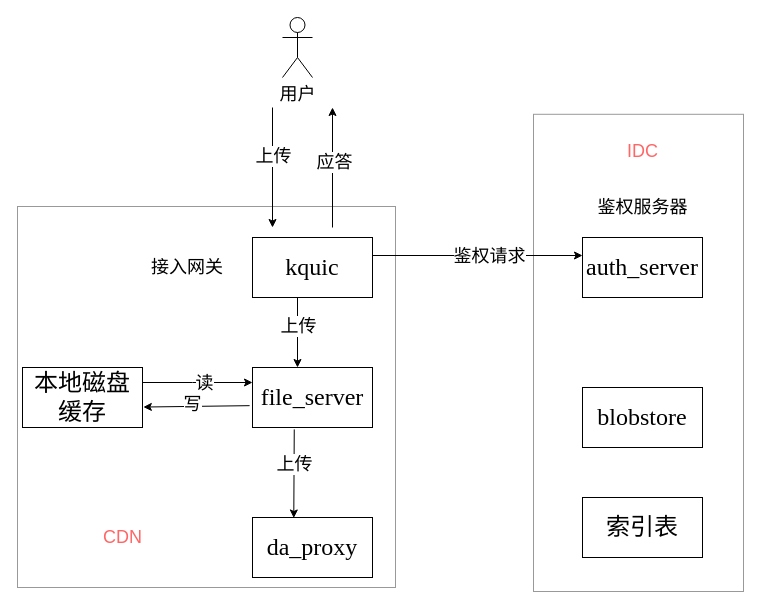
The draw.io diagram Untitled Diagram.drawio in misiyu/drawio, before the edit. Source tidied: cells renumbered, new cells numbered last; positions are measured from the earlier drawing's top-left corner, leaving out a move shared by most shapes. Both pictures are drawn from the tidied source at 100%, with x=0, y=0 at pixel (17, 17).
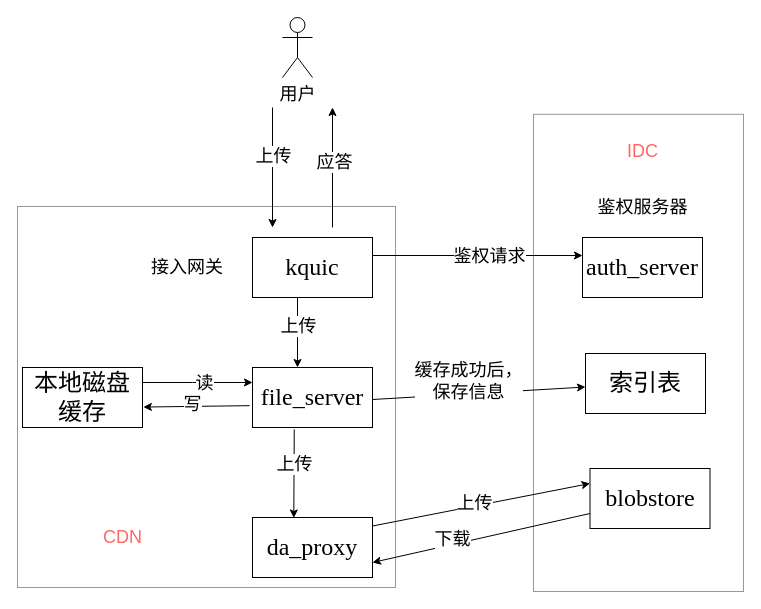
After the change.

Unchanged cells that the change refers to:
```xml
<mxCell id="17" value="&lt;font face=&quot;Times New Roman&quot; style=&quot;font-size: 24px&quot;&gt;da_proxy&lt;/font&gt;" style="rounded=0;whiteSpace=wrap;html=1;" parent="1" vertex="1">
  <mxGeometry x="235" y="500" width="120" height="60" as="geometry" />
</mxCell>
```

The edit, as a diff of the source:
```diff
@@
+    <mxCell id="28" style="rounded=0;whiteSpace=wrap;html=1;fillColor=none;opacity=40;" parent="1" vertex="1">
+      <mxGeometry y="189" width="378" height="381" as="geometry" />
+    </mxCell>
@@
     <mxCell id="25" value="&lt;font face=&quot;Times New Roman&quot; style=&quot;font-size: 24px&quot;&gt;blobstore&lt;/font&gt;" style="rounded=0;whiteSpace=wrap;html=1;" parent="1" vertex="1">
-      <mxGeometry x="565" y="370" width="120" height="60" as="geometry" />
+      <mxGeometry x="572.5" y="451" width="120" height="60" as="geometry" />
     </mxCell>
     <mxCell id="26" value="&lt;font face=&quot;Times New Roman&quot; style=&quot;font-size: 24px&quot;&gt;索引表&lt;/font&gt;" style="rounded=0;whiteSpace=wrap;html=1;" parent="1" vertex="1">
-      <mxGeometry x="565" y="480" width="120" height="60" as="geometry" />
+      <mxGeometry x="568" y="336" width="120" height="60" as="geometry" />
     </mxCell>
@@
-    <mxCell id="28" style="rounded=0;whiteSpace=wrap;html=1;fillColor=none;opacity=40;" parent="1" vertex="1">
-      <mxGeometry y="189" width="378" height="381" as="geometry" />
-    </mxCell>
@@
+    <mxCell id="30" style="endArrow=classic;html=1;exitX=1;exitY=0.5;exitDx=0;exitDy=0;" parent="1" edge="1" target="26">
+      <mxGeometry relative="1" as="geometry">
+        <mxPoint x="355" y="382" as="sourcePoint" />
+      </mxGeometry>
+    </mxCell>
+    <mxCell id="31" value="&lt;span style=&quot;font-size: 18px&quot;&gt;缓存成功后，&lt;br&gt;保存信息&lt;br&gt;&lt;/span&gt;" style="edgeLabel;html=1;align=center;verticalAlign=middle;" parent="30" vertex="1">
+      <mxGeometry x="0.1" y="-1" relative="1" as="geometry">
+        <mxPoint x="-21" y="-13" as="offset" />
+      </mxGeometry>
+    </mxCell>
+    <mxCell id="32" style="endArrow=classic;html=1;exitX=1;exitY=0.5;exitDx=0;exitDy=0;entryX=0;entryY=0.25;entryDx=0;entryDy=0;" parent="1" edge="1" target="25">
+      <mxGeometry relative="1" as="geometry">
+        <mxPoint x="355" y="508.5" as="sourcePoint" />
+      </mxGeometry>
+    </mxCell>
+    <mxCell id="33" value="&lt;span style=&quot;font-size: 18px&quot;&gt;上传&lt;br&gt;&lt;/span&gt;" style="edgeLabel;html=1;align=center;verticalAlign=middle;" parent="32" vertex="1">
+      <mxGeometry x="0.1" y="-1" relative="1" as="geometry">
+        <mxPoint x="-18" y="-1" as="offset" />
+      </mxGeometry>
+    </mxCell>
+    <mxCell id="34" style="endArrow=classic;html=1;exitX=0;exitY=0.75;exitDx=0;exitDy=0;entryX=1;entryY=0.75;entryDx=0;entryDy=0;" parent="1" edge="1" source="25" target="17">
+      <mxGeometry relative="1" as="geometry" />
+    </mxCell>
+    <mxCell id="35" value="&lt;span style=&quot;font-size: 18px&quot;&gt;下载&lt;br&gt;&lt;/span&gt;" style="edgeLabel;html=1;align=center;verticalAlign=middle;" parent="34" vertex="1">
+      <mxGeometry x="0.1" y="-1" relative="1" as="geometry">
+        <mxPoint x="-18" y="-1" as="offset" />
+      </mxGeometry>
+    </mxCell>
```
